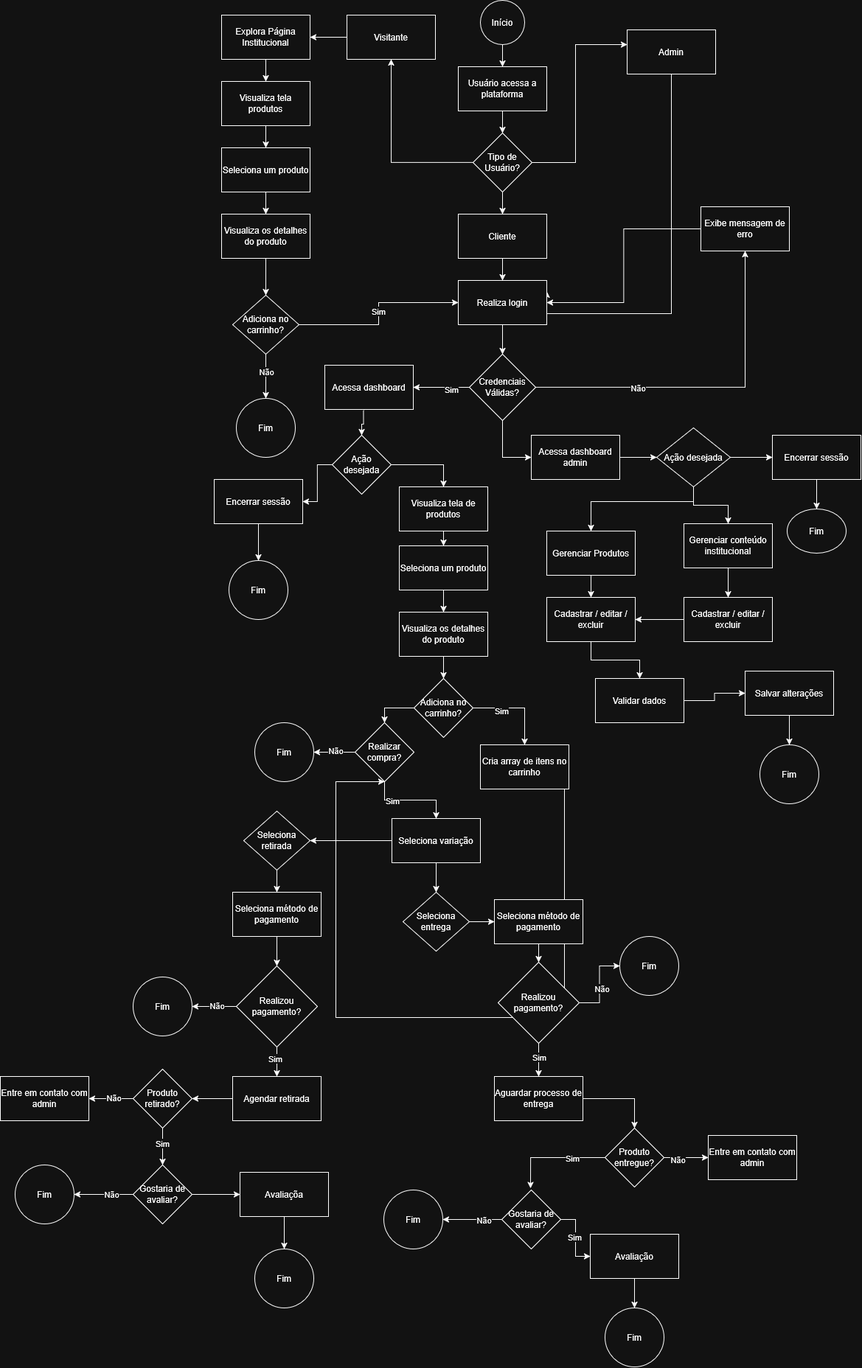
Earlier version of the draw.io export docs/Diagrama de Atividades.drawio.png (milenaa052/Village-Admin-Backend). Source tidied: cells renumbered, new cells last; positions are measured from the earlier drawing's top-left corner, leaving out a move shared by most shapes.
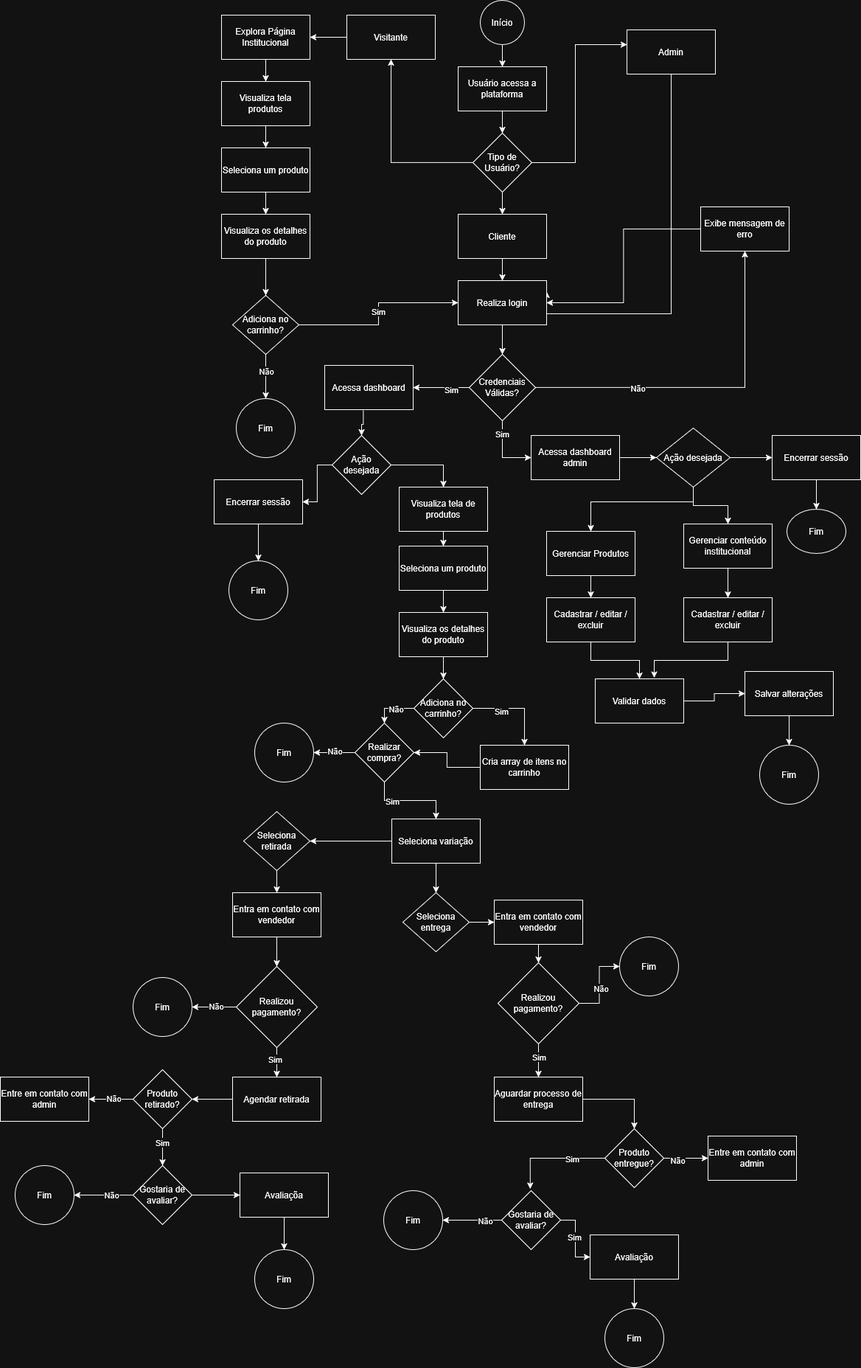
Above is the later version.

Diff of the diagram source:
```diff
@@ -118,6 +118,9 @@
     <mxCell id="36" style="edgeStyle=orthogonalEdgeStyle;rounded=0;jettySize=auto;html=1;exitX=0.5;exitY=1;exitDx=0;exitDy=0;entryX=0;entryY=0.5;entryDx=0;entryDy=0;" parent="1" edge="1" source="37" target="114">
       <mxGeometry relative="1" as="geometry" />
     </mxCell>
+    <mxCell id="144" value="Sim" style="edgeLabel;html=1;align=center;verticalAlign=middle;" parent="36" vertex="1">
+      <mxGeometry x="-0.63" y="-1" relative="1" as="geometry" />
+    </mxCell>
     <mxCell id="37" value="Credenciais Válidas?" style="rhombus;whiteSpace=wrap;html=1;" parent="1" vertex="1">
       <mxGeometry x="636" y="480" width="90" height="90" as="geometry" />
     </mxCell>
@@ -160,16 +163,14 @@
     <mxCell id="50" style="edgeStyle=orthogonalEdgeStyle;rounded=0;jettySize=auto;html=1;entryX=0.5;entryY=0;entryDx=0;entryDy=0;exitX=0;exitY=0.5;exitDx=0;exitDy=0;" parent="1" edge="1" source="51" target="58">
       <mxGeometry relative="1" as="geometry" />
     </mxCell>
+    <mxCell id="145" value="Não" style="edgeLabel;html=1;align=center;verticalAlign=middle;" parent="50" vertex="1">
+      <mxGeometry x="-0.15" relative="1" as="geometry" />
+    </mxCell>
     <mxCell id="51" value="Adiciona no carrinho?" style="rhombus;whiteSpace=wrap;html=1;" parent="1" vertex="1">
       <mxGeometry x="561" y="920" width="80" height="80" as="geometry" />
     </mxCell>
-    <mxCell id="52" style="edgeStyle=orthogonalEdgeStyle;rounded=0;jettySize=auto;html=1;entryX=0.5;entryY=1;entryDx=0;entryDy=0;" parent="1" edge="1" source="53" target="58">
-      <mxGeometry relative="1" as="geometry">
-        <Array as="points">
-          <mxPoint x="765" y="1380" />
-          <mxPoint x="455" y="1380" />
-        </Array>
-      </mxGeometry>
+    <mxCell id="52" style="edgeStyle=orthogonalEdgeStyle;rounded=0;jettySize=auto;html=1;entryX=1;entryY=0.5;entryDx=0;entryDy=0;" parent="1" edge="1" source="53" target="58">
+      <mxGeometry relative="1" as="geometry" />
     </mxCell>
     <mxCell id="53" value="Cria array de itens no carrinho" style="whiteSpace=wrap;html=1;" parent="1" vertex="1">
       <mxGeometry x="651" y="1010" width="120" height="60" as="geometry" />
@@ -204,7 +205,7 @@
     <mxCell id="63" style="edgeStyle=orthogonalEdgeStyle;rounded=0;jettySize=auto;html=1;" parent="1" edge="1" source="64" target="69">
       <mxGeometry relative="1" as="geometry" />
     </mxCell>
-    <mxCell id="64" value="Seleciona método de pagamento" style="whiteSpace=wrap;html=1;" parent="1" vertex="1">
+    <mxCell id="64" value="Entra em contato com vendedor" style="whiteSpace=wrap;html=1;" parent="1" vertex="1">
       <mxGeometry x="670" y="1220" width="120" height="60" as="geometry" />
     </mxCell>
     <mxCell id="65" style="edgeStyle=orthogonalEdgeStyle;rounded=0;jettySize=auto;html=1;" parent="1" edge="1" source="69" target="71">
@@ -246,7 +247,7 @@
     <mxCell id="77" style="edgeStyle=orthogonalEdgeStyle;rounded=0;jettySize=auto;html=1;" parent="1" edge="1" source="78" target="83">
       <mxGeometry relative="1" as="geometry" />
     </mxCell>
-    <mxCell id="78" value="Seleciona método de pagamento" style="whiteSpace=wrap;html=1;" parent="1" vertex="1">
+    <mxCell id="78" value="Entra em contato com vendedor" style="whiteSpace=wrap;html=1;" parent="1" vertex="1">
       <mxGeometry x="315" y="1210" width="120" height="60" as="geometry" />
     </mxCell>
     <mxCell id="79" style="edgeStyle=orthogonalEdgeStyle;rounded=0;jettySize=auto;html=1;" parent="1" edge="1" source="83" target="85">
@@ -416,7 +417,7 @@
     <mxCell id="132" value="Fim" style="ellipse;whiteSpace=wrap;html=1;rounded=0;" parent="1" vertex="1">
       <mxGeometry x="1030" y="1010" width="80" height="80" as="geometry" />
     </mxCell>
-    <mxCell id="133" style="edgeStyle=orthogonalEdgeStyle;rounded=0;jettySize=auto;html=1;" parent="1" edge="1" source="134" target="127">
+    <mxCell id="133" style="edgeStyle=orthogonalEdgeStyle;rounded=0;jettySize=auto;html=1;entryX=0.667;entryY=-0.021;entryDx=0;entryDy=0;entryPerimeter=0;" parent="1" edge="1" source="134" target="129">
       <mxGeometry relative="1" as="geometry" />
     </mxCell>
     <mxCell id="134" value="Cadastrar / editar / excluir" style="whiteSpace=wrap;html=1;rounded=0;" parent="1" vertex="1">
```
